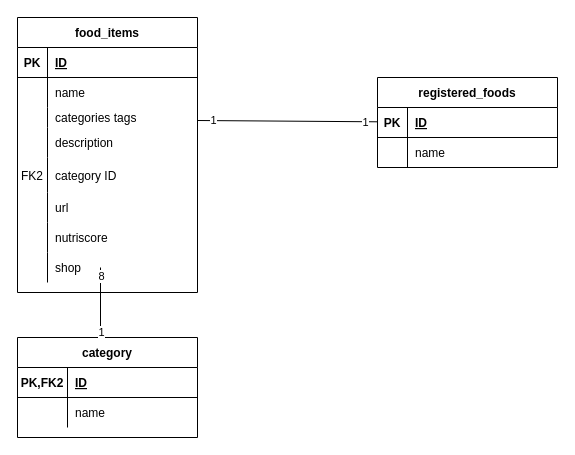
robindauteuil/Diagramme_UML keeps this draw.io diagram as page "Page-10" (10 of 11) of diagrammes réunis.drawio. Above is the earlier version. Source tidied: cells renumbered, new cells numbered last; positions are measured from the earlier drawing's top-left corner, leaving out a move shared by most shapes. Both pictures are drawn from the tidied source at 100%, with x=0, y=0 at pixel (17, 17).
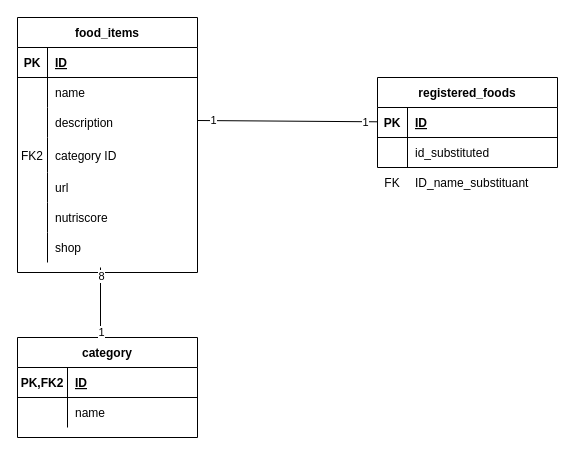
The same diagram, later.

The change refers to these unchanged cells:
```xml
<mxCell id="31" style="shape=partialRectangle;fillColor=none;top=0;left=0;bottom=0;right=0;" parent="27" vertex="1">
  <mxGeometry y="60" width="180" height="30" as="geometry" />
</mxCell>
```

The edit, as a diff of the source:
```diff
@@
     <mxCell id="2" value="food_items" style="shape=table;startSize=30;childLayout=tableLayout;rowLines=0;fontStyle=1;align=center;" parent="1" vertex="1">
-      <mxGeometry width="180" height="275" as="geometry" />
+      <mxGeometry width="180" height="255" as="geometry" />
     </mxCell>
@@
-    <mxCell id="9" style="shape=partialRectangle;fillColor=none;top=0;left=0;bottom=0;right=0;" parent="2" vertex="1">
-      <mxGeometry y="90" width="180" height="20" as="geometry" />
-    </mxCell>
-    <mxCell id="10" style="shape=partialRectangle;fillColor=none;top=0;left=0;bottom=0;right=0;overflow=hidden;" parent="9" vertex="1">
-      <mxGeometry width="30" height="20" as="geometry" />
-    </mxCell>
-    <mxCell id="11" value="categories tags" style="shape=partialRectangle;fillColor=none;top=0;left=0;bottom=0;right=0;align=left;spacingLeft=6;overflow=hidden;" parent="9" vertex="1">
-      <mxGeometry x="30" width="150" height="20" as="geometry" />
-    </mxCell>
     <mxCell id="12" style="shape=partialRectangle;fillColor=none;top=0;left=0;bottom=0;right=0;" parent="2" vertex="1">
-      <mxGeometry y="110" width="180" height="30" as="geometry" />
+      <mxGeometry y="90" width="180" height="30" as="geometry" />
     </mxCell>
@@
     <mxCell id="15" style="shape=partialRectangle;fillColor=none;top=0;left=0;bottom=0;right=0;" parent="2" vertex="1">
-      <mxGeometry y="140" width="180" height="35" as="geometry" />
+      <mxGeometry y="120" width="180" height="35" as="geometry" />
     </mxCell>
@@
     <mxCell id="18" style="shape=partialRectangle;fillColor=none;top=0;left=0;bottom=0;right=0;" parent="2" vertex="1">
-      <mxGeometry y="175" width="180" height="30" as="geometry" />
+      <mxGeometry y="155" width="180" height="30" as="geometry" />
     </mxCell>
@@
     <mxCell id="21" style="shape=partialRectangle;fillColor=none;top=0;left=0;bottom=0;right=0;" parent="2" vertex="1">
-      <mxGeometry y="205" width="180" height="30" as="geometry" />
+      <mxGeometry y="185" width="180" height="30" as="geometry" />
     </mxCell>
@@
     <mxCell id="24" style="shape=partialRectangle;fillColor=none;top=0;left=0;bottom=0;right=0;" parent="2" vertex="1">
-      <mxGeometry y="235" width="180" height="30" as="geometry" />
+      <mxGeometry y="215" width="180" height="30" as="geometry" />
     </mxCell>
@@
-    <mxCell id="33" value="name" style="shape=partialRectangle;fillColor=none;top=0;left=0;bottom=0;right=0;align=left;spacingLeft=6;overflow=hidden;" parent="31" vertex="1">
+    <mxCell id="33" value="id_substituted" style="shape=partialRectangle;fillColor=none;top=0;left=0;bottom=0;right=0;align=left;spacingLeft=6;overflow=hidden;" parent="31" vertex="1">
       <mxGeometry x="30" width="150" height="30" as="geometry" />
     </mxCell>
@@
+    <mxCell id="47" style="shape=table;startSize=0;childLayout=tableLayout;rowLines=0;fontStyle=0;align=center;strokeColor=none;fillColor=none;" parent="1" vertex="1">
+      <mxGeometry x="360" y="150" width="180" height="30" as="geometry" />
+    </mxCell>
+    <mxCell id="48" style="shape=partialRectangle;fillColor=none;top=0;left=0;bottom=0;right=0;" parent="47" vertex="1">
+      <mxGeometry width="180" height="30" as="geometry" />
+    </mxCell>
+    <mxCell id="49" value="FK" style="shape=partialRectangle;fillColor=none;top=0;left=0;bottom=0;right=0;fontStyle=0;overflow=hidden;" parent="48" vertex="1">
+      <mxGeometry width="30" height="30" as="geometry" />
+    </mxCell>
+    <mxCell id="50" value="ID_name_substituant" style="shape=partialRectangle;fillColor=none;top=0;left=0;bottom=0;right=0;align=left;spacingLeft=6;fontStyle=0;overflow=hidden;" parent="48" vertex="1">
+      <mxGeometry x="30" width="150" height="30" as="geometry" />
+    </mxCell>
```
